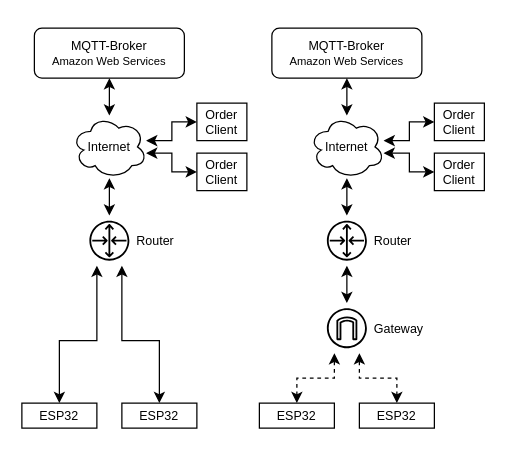
Above: docs/assets/models/architektur.drawio.xml in finnge/iot-service-button (draw.io), before the change. Source tidied: cells renumbered, new cells numbered last; positions are measured from the earlier drawing's top-left corner, leaving out a move shared by most shapes. Both pictures are drawn from the tidied source at 125%, with x=0, y=0 at pixel (21, 28).
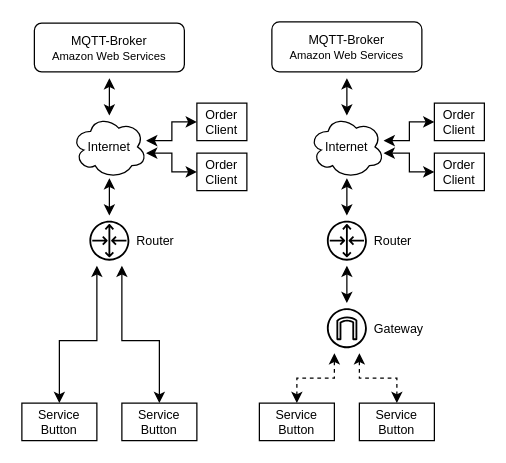
After the change.

Unchanged cells that the change refers to:
```xml
<mxCell id="8" value="&lt;font style=&quot;font-size: 10px;&quot;&gt;Internet&lt;/font&gt;" style="ellipse;shape=cloud;whiteSpace=wrap;html=1;fontSize=10;" parent="1" vertex="1">
  <mxGeometry x="40" y="70" width="60" height="50" as="geometry" />
</mxCell>
<mxCell id="21" value="&lt;font style=&quot;font-size: 10px;&quot;&gt;Internet&lt;/font&gt;" style="ellipse;shape=cloud;whiteSpace=wrap;html=1;fontSize=10;" parent="1" vertex="1">
  <mxGeometry x="230" y="70" width="60" height="50" as="geometry" />
</mxCell>
```

Change to the diagram source:
```diff
@@
-    <mxCell id="3" value="ESP32" style="rounded=0;whiteSpace=wrap;html=1;fontFamily=Arial;fontSize=10;" parent="1" vertex="1">
-      <mxGeometry y="300" width="60" height="20" as="geometry" />
+    <mxCell id="3" value="Service Button" style="rounded=0;whiteSpace=wrap;html=1;fontFamily=Arial;fontSize=10;" parent="1" vertex="1">
+      <mxGeometry y="300" width="60" height="30" as="geometry" />
     </mxCell>
@@
-    <mxCell id="5" value="ESP32" style="rounded=0;whiteSpace=wrap;html=1;fontFamily=Arial;fontSize=10;" parent="1" vertex="1">
-      <mxGeometry x="80" y="300" width="60" height="20" as="geometry" />
+    <mxCell id="5" value="Service&lt;br&gt;Button" style="rounded=0;whiteSpace=wrap;html=1;fontFamily=Arial;fontSize=10;" parent="1" vertex="1">
+      <mxGeometry x="80" y="300" width="60" height="30" as="geometry" />
     </mxCell>
@@
     <mxCell id="9" value="&lt;font style=&quot;font-size: 10px&quot;&gt;MQTT-Broker&lt;br&gt;&lt;/font&gt;&lt;font style=&quot;font-size: 9px&quot;&gt;Amazon Web Services&lt;/font&gt;" style="rounded=1;whiteSpace=wrap;html=1;fontSize=10;" parent="1" vertex="1">
-      <mxGeometry x="10" width="120" height="40" as="geometry" />
+      <mxGeometry x="10" y="-4" width="120" height="39" as="geometry" />
     </mxCell>
-    <mxCell id="10" style="endArrow=classic;startArrow=classic;html=1;fontSize=10;entryX=0.5;entryY=1;entryDx=0;entryDy=0;" parent="1" edge="1" source="8" target="9">
-      <mxGeometry relative="1" as="geometry" />
+    <mxCell id="10" style="endArrow=classic;startArrow=classic;html=1;fontSize=10;" parent="1" edge="1" source="8">
+      <mxGeometry relative="1" as="geometry">
+        <mxPoint x="70" y="40" as="targetPoint" />
+      </mxGeometry>
     </mxCell>
@@
-    <mxCell id="14" value="ESP32" style="rounded=0;whiteSpace=wrap;html=1;fontFamily=Arial;fontSize=10;" parent="1" vertex="1">
-      <mxGeometry x="190" y="300" width="60" height="20" as="geometry" />
+    <mxCell id="14" value="Service&lt;br&gt;Button" style="rounded=0;whiteSpace=wrap;html=1;fontFamily=Arial;fontSize=10;" parent="1" vertex="1">
+      <mxGeometry x="190" y="300" width="60" height="30" as="geometry" />
     </mxCell>
@@
-    <mxCell id="16" value="ESP32" style="rounded=0;whiteSpace=wrap;html=1;fontFamily=Arial;fontSize=10;" parent="1" vertex="1">
-      <mxGeometry x="270" y="300" width="60" height="20" as="geometry" />
+    <mxCell id="16" value="Service&lt;br&gt;Button" style="rounded=0;whiteSpace=wrap;html=1;fontFamily=Arial;fontSize=10;" parent="1" vertex="1">
+      <mxGeometry x="270" y="300" width="60" height="30" as="geometry" />
     </mxCell>
@@
     <mxCell id="22" value="MQTT-Broker&lt;br style=&quot;font-size: 10px&quot;&gt;&lt;font style=&quot;font-size: 9px&quot;&gt;Amazon Web Services&lt;/font&gt;" style="rounded=1;whiteSpace=wrap;html=1;fontSize=10;" parent="1" vertex="1">
-      <mxGeometry x="200" width="120" height="40" as="geometry" />
+      <mxGeometry x="200" y="-5" width="120" height="40" as="geometry" />
     </mxCell>
-    <mxCell id="23" style="endArrow=classic;startArrow=classic;html=1;fontSize=10;entryX=0.5;entryY=1;entryDx=0;entryDy=0;" parent="1" edge="1" source="21" target="22">
-      <mxGeometry relative="1" as="geometry" />
+    <mxCell id="23" style="endArrow=classic;startArrow=classic;html=1;fontSize=10;" parent="1" edge="1" source="21">
+      <mxGeometry relative="1" as="geometry">
+        <mxPoint x="260" y="40" as="targetPoint" />
+      </mxGeometry>
     </mxCell>
```
